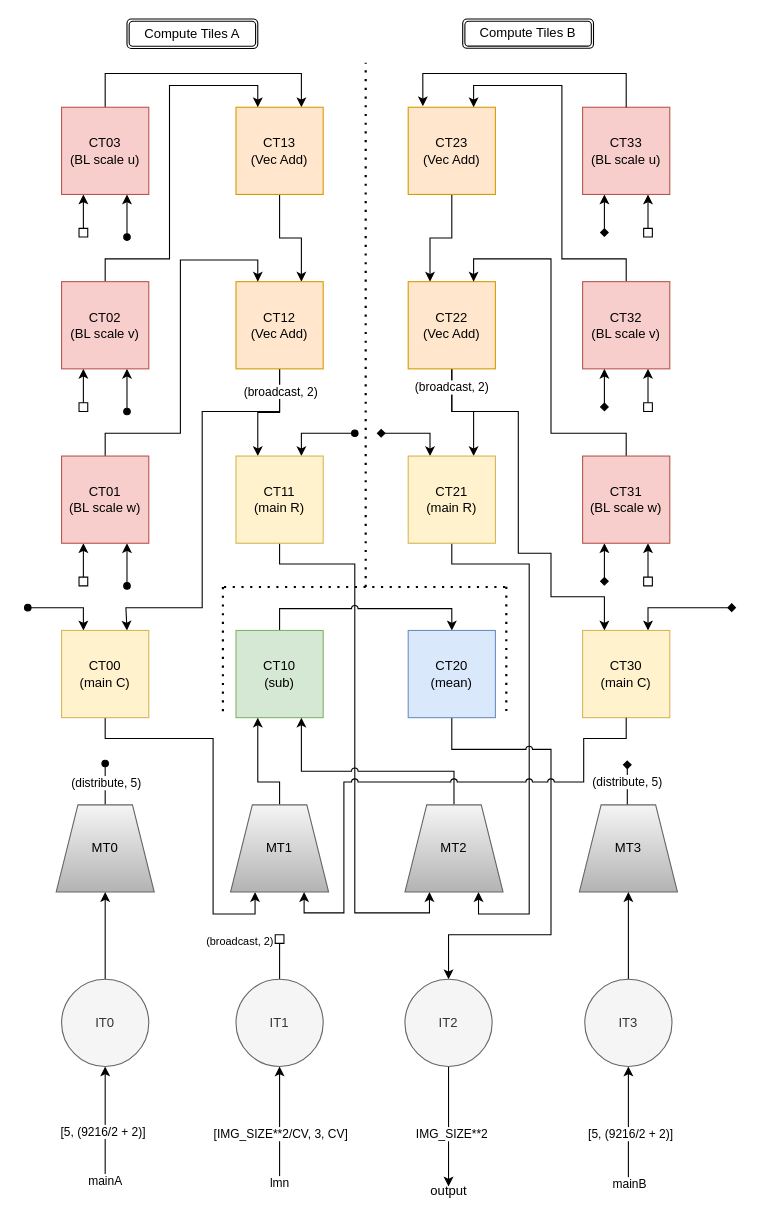
Earlier version of the draw.io diagram apps/loafty_bfloat16/graphs/loafty2.drawio (antonio-fc/lofty_Ryzen_NPU). Source tidied: cells renumbered, new cells numbered last; positions are measured from the earlier drawing's top-left corner, leaving out a move shared by most shapes. Both pictures are drawn from the tidied source at 109%, with x=0, y=0 at pixel (27, 19).
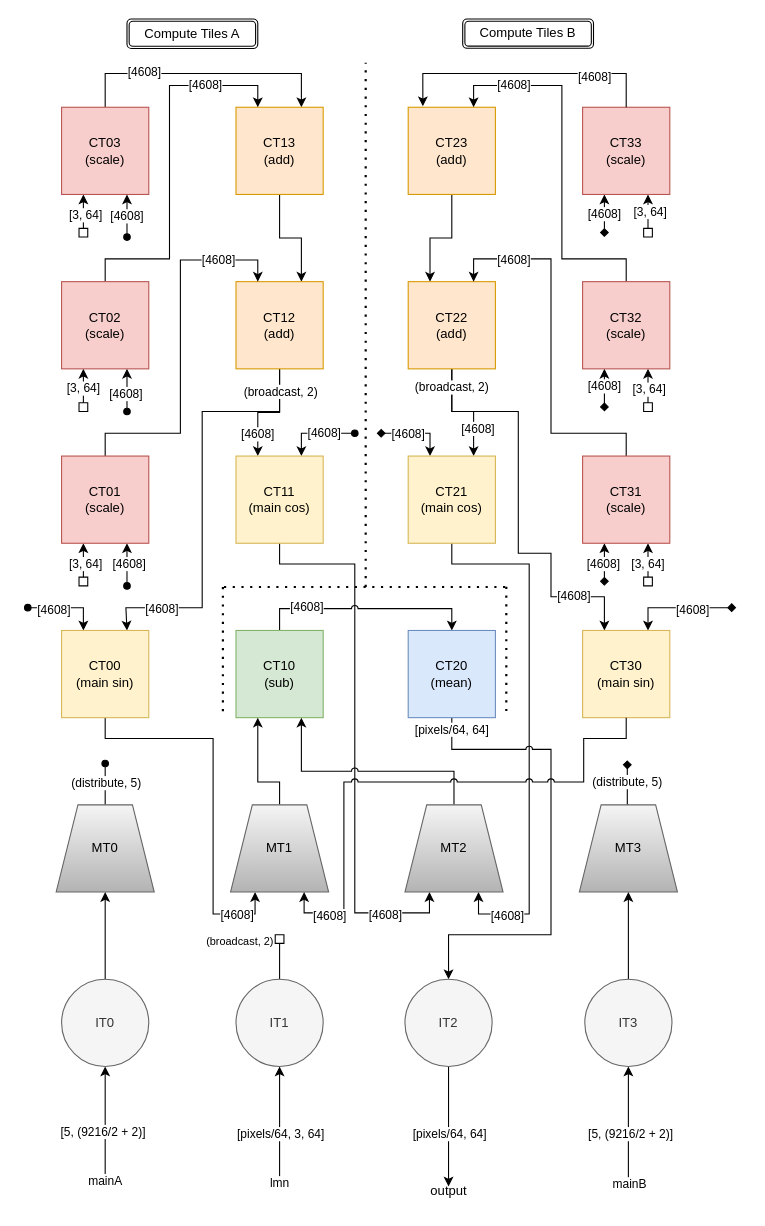
The same diagram, later.

Unchanged cells that the change refers to:
```xml
<mxCell id="2" style="edgeStyle=orthogonalEdgeStyle;rounded=0;jettySize=auto;html=1;exitX=0.5;exitY=0;exitDx=0;exitDy=0;entryX=0.75;entryY=0;entryDx=0;entryDy=0;" parent="1" edge="1" source="4" target="6">
<mxCell id="3" style="edgeStyle=orthogonalEdgeStyle;rounded=0;jettySize=auto;html=1;exitX=0.25;exitY=1;exitDx=0;exitDy=0;startArrow=classic;startFill=1;endArrow=box;endFill=0;" parent="1" edge="1" source="4">
<mxCell id="9" style="edgeStyle=orthogonalEdgeStyle;rounded=0;jettySize=auto;html=1;exitX=0.25;exitY=1;exitDx=0;exitDy=0;startArrow=classic;startFill=1;endArrow=diamond;endFill=1;" parent="1" edge="1" source="11">
<mxCell id="10" style="edgeStyle=orthogonalEdgeStyle;rounded=0;jettySize=auto;html=1;exitX=0.75;exitY=1;exitDx=0;exitDy=0;startArrow=classic;startFill=1;endArrow=box;endFill=0;" parent="1" edge="1" source="11">
<mxCell id="12" style="edgeStyle=orthogonalEdgeStyle;rounded=0;jettySize=auto;html=1;exitX=0.75;exitY=1;exitDx=0;exitDy=0;startArrow=classic;startFill=1;endArrow=oval;endFill=1;" parent="1" edge="1" source="15">
<mxCell id="13" style="edgeStyle=orthogonalEdgeStyle;rounded=0;jettySize=auto;html=1;exitX=0.5;exitY=0;exitDx=0;exitDy=0;entryX=0.25;entryY=0;entryDx=0;entryDy=0;" parent="1" edge="1" source="15" target="6">
<mxCell id="14" style="edgeStyle=orthogonalEdgeStyle;rounded=0;jettySize=auto;html=1;exitX=0.25;exitY=1;exitDx=0;exitDy=0;startArrow=classic;startFill=1;endArrow=box;endFill=0;" parent="1" edge="1" source="15">
<mxCell id="16" style="edgeStyle=orthogonalEdgeStyle;rounded=0;jettySize=auto;html=1;exitX=0.5;exitY=1;exitDx=0;exitDy=0;entryX=0.75;entryY=0;entryDx=0;entryDy=0;" parent="1" edge="1" source="19" target="44">
<mxCell id="17" style="edgeStyle=orthogonalEdgeStyle;rounded=0;jettySize=auto;html=1;exitX=0.5;exitY=1;exitDx=0;exitDy=0;entryX=0.25;entryY=0;entryDx=0;entryDy=0;" parent="1" edge="1" source="19" target="34">
<mxCell id="20" style="edgeStyle=orthogonalEdgeStyle;rounded=0;jettySize=auto;html=1;exitX=0.5;exitY=1;exitDx=0;exitDy=0;entryX=0.75;entryY=0;entryDx=0;entryDy=0;" parent="1" edge="1" source="23" target="37">
<mxCell id="21" style="edgeStyle=orthogonalEdgeStyle;rounded=0;jettySize=auto;html=1;exitX=0.5;exitY=1;exitDx=0;exitDy=0;entryX=0.25;entryY=0;entryDx=0;entryDy=0;" parent="1" edge="1" source="23" target="50">
<mxCell id="24" style="edgeStyle=orthogonalEdgeStyle;rounded=0;jettySize=auto;html=1;exitX=0.25;exitY=1;exitDx=0;exitDy=0;startArrow=classic;startFill=1;endArrow=diamond;endFill=1;" parent="1" edge="1" source="27">
<mxCell id="25" style="edgeStyle=orthogonalEdgeStyle;rounded=0;jettySize=auto;html=1;exitX=0.5;exitY=0;exitDx=0;exitDy=0;entryX=0.75;entryY=0;entryDx=0;entryDy=0;" parent="1" edge="1" source="27" target="8">
<mxCell id="26" style="edgeStyle=orthogonalEdgeStyle;rounded=0;jettySize=auto;html=1;exitX=0.75;exitY=1;exitDx=0;exitDy=0;startArrow=classic;startFill=1;endArrow=box;endFill=0;" parent="1" edge="1" source="27">
<mxCell id="28" style="edgeStyle=orthogonalEdgeStyle;rounded=0;jettySize=auto;html=1;exitX=0.75;exitY=1;exitDx=0;exitDy=0;startArrow=classic;startFill=1;endArrow=oval;endFill=1;" parent="1" edge="1" source="31">
<mxCell id="29" style="edgeStyle=orthogonalEdgeStyle;rounded=0;jettySize=auto;html=1;exitX=0.5;exitY=0;exitDx=0;exitDy=0;entryX=0.25;entryY=0;entryDx=0;entryDy=0;" parent="1" edge="1" source="31" target="19">
<mxCell id="30" style="edgeStyle=orthogonalEdgeStyle;rounded=0;jettySize=auto;html=1;exitX=0.25;exitY=1;exitDx=0;exitDy=0;startArrow=classic;startFill=1;endArrow=box;endFill=0;" parent="1" edge="1" source="31">
<mxCell id="32" style="edgeStyle=orthogonalEdgeStyle;rounded=0;jettySize=auto;html=1;exitX=0.75;exitY=0;exitDx=0;exitDy=0;startArrow=classic;startFill=1;endArrow=oval;endFill=1;" parent="1" edge="1" source="34">
<mxCell id="33" style="edgeStyle=orthogonalEdgeStyle;rounded=0;jettySize=auto;html=1;exitX=0.5;exitY=1;exitDx=0;exitDy=0;entryX=0.25;entryY=1;entryDx=0;entryDy=0;jumpStyle=arc;" parent="1" edge="1" source="34" target="57">
<mxCell id="35" style="edgeStyle=orthogonalEdgeStyle;rounded=0;jettySize=auto;html=1;exitX=0.25;exitY=0;exitDx=0;exitDy=0;startArrow=classic;startFill=1;endArrow=diamond;endFill=1;" parent="1" edge="1" source="37">
<mxCell id="36" style="edgeStyle=orthogonalEdgeStyle;rounded=0;jettySize=auto;html=1;exitX=0.5;exitY=1;exitDx=0;exitDy=0;entryX=0.75;entryY=1;entryDx=0;entryDy=0;jumpStyle=arc;" parent="1" edge="1" source="37" target="57">
<mxCell id="38" style="edgeStyle=orthogonalEdgeStyle;rounded=0;jettySize=auto;html=1;exitX=0.25;exitY=1;exitDx=0;exitDy=0;startArrow=classic;startFill=1;endArrow=diamond;endFill=1;" parent="1" edge="1" source="41">
<mxCell id="39" style="edgeStyle=orthogonalEdgeStyle;rounded=0;jettySize=auto;html=1;exitX=0.5;exitY=0;exitDx=0;exitDy=0;entryX=0.75;entryY=0;entryDx=0;entryDy=0;" parent="1" edge="1" source="41" target="23">
<mxCell id="40" style="edgeStyle=orthogonalEdgeStyle;rounded=0;jettySize=auto;html=1;exitX=0.75;exitY=1;exitDx=0;exitDy=0;startArrow=classic;startFill=1;endArrow=box;endFill=0;" parent="1" edge="1" source="41">
<mxCell id="42" style="edgeStyle=orthogonalEdgeStyle;rounded=0;jettySize=auto;html=1;exitX=0.5;exitY=1;exitDx=0;exitDy=0;entryX=0.25;entryY=1;entryDx=0;entryDy=0;jumpStyle=arc;" parent="1" edge="1" source="44" target="55">
<mxCell id="43" style="edgeStyle=orthogonalEdgeStyle;rounded=0;jettySize=auto;html=1;exitX=0.25;exitY=0;exitDx=0;exitDy=0;startArrow=classic;startFill=1;endArrow=oval;endFill=1;" parent="1" edge="1" source="44">
<mxCell id="45" style="edgeStyle=orthogonalEdgeStyle;rounded=0;jettySize=auto;html=1;exitX=0.5;exitY=0;exitDx=0;exitDy=0;entryX=0.5;entryY=0;entryDx=0;entryDy=0;jumpStyle=arc;" parent="1" edge="1" source="46" target="48">
<mxCell id="47" style="edgeStyle=orthogonalEdgeStyle;rounded=0;jettySize=auto;html=1;exitX=0.5;exitY=1;exitDx=0;exitDy=0;jumpStyle=arc;" parent="1" edge="1" source="48" target="73">
<mxCell id="49" style="edgeStyle=orthogonalEdgeStyle;rounded=0;jettySize=auto;html=1;exitX=0.75;exitY=0;exitDx=0;exitDy=0;startArrow=classic;startFill=1;endArrow=diamond;endFill=1;" parent="1" edge="1" source="50">
<mxCell id="66" style="edgeStyle=orthogonalEdgeStyle;rounded=0;jettySize=auto;html=1;exitX=0.5;exitY=1;exitDx=0;exitDy=0;endArrow=none;endFill=0;startArrow=classic;startFill=1;" parent="1" edge="1" source="70">
<mxCell id="71" style="edgeStyle=orthogonalEdgeStyle;rounded=0;jettySize=auto;html=1;exitX=0.5;exitY=1;exitDx=0;exitDy=0;" parent="1" edge="1" source="73">
<mxCell id="86" style="edgeStyle=orthogonalEdgeStyle;rounded=0;jettySize=auto;html=1;exitX=0.75;exitY=1;exitDx=0;exitDy=0;startArrow=classic;startFill=1;endArrow=oval;endFill=1;" parent="1" edge="1" source="4">
<mxCell id="88" style="edgeStyle=orthogonalEdgeStyle;rounded=0;jettySize=auto;html=1;exitX=0.5;exitY=0;exitDx=0;exitDy=0;entryX=0.168;entryY=-0.011;entryDx=0;entryDy=0;entryPerimeter=0;" parent="1" edge="1" source="11" target="8">
<mxCell id="89" style="edgeStyle=orthogonalEdgeStyle;rounded=0;jettySize=auto;html=1;exitX=0.5;exitY=1;exitDx=0;exitDy=0;entryX=0.75;entryY=1;entryDx=0;entryDy=0;jumpStyle=arc;" parent="1" edge="1" source="50" target="55">
```

The edit, as a diff of the source:
```diff
@@
+    <mxCell id="90" value="[4608]" style="edgeLabel;html=1;align=center;verticalAlign=middle;" parent="2" vertex="1">
+      <mxGeometry x="-0.45" y="2" relative="1" as="geometry" />
+    </mxCell>
@@
+    <mxCell id="91" value="[3, 64]" style="edgeLabel;html=1;align=center;verticalAlign=middle;" parent="3" vertex="1">
+      <mxGeometry x="-0.08" y="1" relative="1" as="geometry">
+        <mxPoint y="1" as="offset" />
+      </mxGeometry>
+    </mxCell>
-    <mxCell id="4" value="CT03&lt;div&gt;(BL scale u)&lt;/div&gt;" style="rounded=0;whiteSpace=wrap;html=1;fillColor=#f8cecc;strokeColor=#b85450;" parent="1" vertex="1">
+    <mxCell id="4" value="CT03&lt;div&gt;(scale)&lt;/div&gt;" style="rounded=0;whiteSpace=wrap;html=1;fillColor=#f8cecc;strokeColor=#b85450;" parent="1" vertex="1">
       <mxGeometry x="31" y="80.9" width="80" height="80" as="geometry" />
     </mxCell>
@@
-    <mxCell id="6" value="CT13&lt;div&gt;(Vec Add)&lt;/div&gt;" style="rounded=0;whiteSpace=wrap;html=1;fillColor=#ffe6cc;strokeColor=#d79b00;" parent="1" vertex="1">
+    <mxCell id="6" value="CT13&lt;div&gt;(add)&lt;/div&gt;" style="rounded=0;whiteSpace=wrap;html=1;fillColor=#ffe6cc;strokeColor=#d79b00;" parent="1" vertex="1">
       <mxGeometry x="191" y="80.9" width="80" height="80" as="geometry" />
     </mxCell>
@@
-    <mxCell id="8" value="CT23&lt;div&gt;(&lt;span style=&quot;background-color: initial;&quot;&gt;Vec Add&lt;/span&gt;&lt;span style=&quot;background-color: initial;&quot;&gt;)&lt;/span&gt;&lt;/div&gt;" style="rounded=0;whiteSpace=wrap;html=1;fillColor=#ffe6cc;strokeColor=#d79b00;" parent="1" vertex="1">
+    <mxCell id="8" value="CT23&lt;div&gt;(add&lt;span style=&quot;background-color: initial;&quot;&gt;)&lt;/span&gt;&lt;/div&gt;" style="rounded=0;whiteSpace=wrap;html=1;fillColor=#ffe6cc;strokeColor=#d79b00;" parent="1" vertex="1">
       <mxGeometry x="349" y="80.9" width="80" height="80" as="geometry" />
     </mxCell>
@@
+    <mxCell id="92" value="[4608]" style="edgeLabel;html=1;align=center;verticalAlign=middle;" parent="9" vertex="1">
+      <mxGeometry x="-0.21" y="-1" relative="1" as="geometry">
+        <mxPoint y="3" as="offset" />
+      </mxGeometry>
+    </mxCell>
@@
+    <mxCell id="93" value="[3, 64]" style="edgeLabel;html=1;align=center;verticalAlign=middle;" parent="10" vertex="1">
+      <mxGeometry x="-0.16" y="1" relative="1" as="geometry" />
+    </mxCell>
-    <mxCell id="11" value="CT33&lt;div&gt;(&lt;span style=&quot;background-color: initial;&quot;&gt;BL scale u&lt;/span&gt;&lt;span style=&quot;background-color: initial;&quot;&gt;)&lt;/span&gt;&lt;/div&gt;" style="rounded=0;whiteSpace=wrap;html=1;fillColor=#f8cecc;strokeColor=#b85450;" parent="1" vertex="1">
+    <mxCell id="11" value="CT33&lt;div&gt;(scale&lt;span style=&quot;background-color: initial;&quot;&gt;)&lt;/span&gt;&lt;/div&gt;" style="rounded=0;whiteSpace=wrap;html=1;fillColor=#f8cecc;strokeColor=#b85450;" parent="1" vertex="1">
       <mxGeometry x="509" y="80.9" width="80" height="80" as="geometry" />
     </mxCell>
@@
+    <mxCell id="94" value="[4608]" style="edgeLabel;html=1;align=center;verticalAlign=middle;" parent="12" vertex="1">
+      <mxGeometry x="0.16" y="-2" relative="1" as="geometry" />
+    </mxCell>
@@
+    <mxCell id="95" value="[4608]" style="edgeLabel;html=1;align=center;verticalAlign=middle;" parent="13" vertex="1">
+      <mxGeometry x="0.59" y="1" relative="1" as="geometry">
+        <mxPoint x="1" as="offset" />
+      </mxGeometry>
+    </mxCell>
@@
+    <mxCell id="96" value="[3, 64]" style="edgeLabel;html=1;align=center;verticalAlign=middle;" parent="14" vertex="1">
+      <mxGeometry x="-0.06" y="-1" relative="1" as="geometry" />
+    </mxCell>
-    <mxCell id="15" value="CT02&lt;div&gt;(&lt;span style=&quot;background-color: initial;&quot;&gt;BL scale v&lt;/span&gt;&lt;span style=&quot;background-color: initial;&quot;&gt;)&lt;/span&gt;&lt;/div&gt;" style="rounded=0;whiteSpace=wrap;html=1;fillColor=#f8cecc;strokeColor=#b85450;" parent="1" vertex="1">
+    <mxCell id="15" value="CT02&lt;div&gt;(scale&lt;span style=&quot;background-color: initial;&quot;&gt;)&lt;/span&gt;&lt;/div&gt;" style="rounded=0;whiteSpace=wrap;html=1;fillColor=#f8cecc;strokeColor=#b85450;" parent="1" vertex="1">
       <mxGeometry x="31" y="240.9" width="80" height="80" as="geometry" />
     </mxCell>
@@
+    <mxCell id="97" value="[4608]" style="edgeLabel;html=1;align=center;verticalAlign=middle;" parent="16" vertex="1">
+      <mxGeometry x="0.72" relative="1" as="geometry" />
+    </mxCell>
@@
+    <mxCell id="98" value="[4608]" style="edgeLabel;html=1;align=center;verticalAlign=middle;" parent="17" vertex="1">
+      <mxGeometry x="0.58" y="-1" relative="1" as="geometry">
+        <mxPoint y="1" as="offset" />
+      </mxGeometry>
+    </mxCell>
-    <mxCell id="19" value="CT12&lt;div&gt;(&lt;span style=&quot;background-color: initial;&quot;&gt;Vec Add&lt;/span&gt;&lt;span style=&quot;background-color: initial;&quot;&gt;)&lt;/span&gt;&lt;/div&gt;" style="rounded=0;whiteSpace=wrap;html=1;fillColor=#ffe6cc;strokeColor=#d79b00;" parent="1" vertex="1">
+    <mxCell id="19" value="CT12&lt;div&gt;(add&lt;span style=&quot;background-color: initial;&quot;&gt;)&lt;/span&gt;&lt;/div&gt;" style="rounded=0;whiteSpace=wrap;html=1;fillColor=#ffe6cc;strokeColor=#d79b00;" parent="1" vertex="1">
       <mxGeometry x="191" y="240.9" width="80" height="80" as="geometry" />
     </mxCell>
@@
+    <mxCell id="99" value="[4608]" style="edgeLabel;html=1;align=center;verticalAlign=middle;" parent="20" vertex="1">
+      <mxGeometry x="0.48" y="3" relative="1" as="geometry">
+        <mxPoint y="1" as="offset" />
+      </mxGeometry>
+    </mxCell>
@@
+    <mxCell id="100" value="[4608]" style="edgeLabel;html=1;align=center;verticalAlign=middle;" parent="21" vertex="1">
+      <mxGeometry x="0.69" y="2" relative="1" as="geometry" />
+    </mxCell>
-    <mxCell id="23" value="CT22&lt;div&gt;(&lt;span style=&quot;background-color: initial;&quot;&gt;Vec Add&lt;/span&gt;&lt;span style=&quot;background-color: initial;&quot;&gt;)&lt;/span&gt;&lt;/div&gt;" style="rounded=0;whiteSpace=wrap;html=1;fillColor=#ffe6cc;strokeColor=#d79b00;" parent="1" vertex="1">
+    <mxCell id="23" value="CT22&lt;div&gt;(add&lt;span style=&quot;background-color: initial;&quot;&gt;)&lt;/span&gt;&lt;/div&gt;" style="rounded=0;whiteSpace=wrap;html=1;fillColor=#ffe6cc;strokeColor=#d79b00;" parent="1" vertex="1">
       <mxGeometry x="349" y="240.9" width="80" height="80" as="geometry" />
     </mxCell>
@@
+    <mxCell id="101" value="[4608]" style="edgeLabel;html=1;align=center;verticalAlign=middle;" parent="24" vertex="1">
+      <mxGeometry x="-0.18" y="-1" relative="1" as="geometry" />
+    </mxCell>
@@
+    <mxCell id="102" value="[4608]" style="edgeLabel;html=1;align=center;verticalAlign=middle;" parent="25" vertex="1">
+      <mxGeometry x="0.66" y="-1" relative="1" as="geometry">
+        <mxPoint x="-1" as="offset" />
+      </mxGeometry>
+    </mxCell>
@@
+    <mxCell id="103" value="[3, 64]" style="edgeLabel;html=1;align=center;verticalAlign=middle;" parent="26" vertex="1">
+      <mxGeometry x="-0.04" relative="1" as="geometry" />
+    </mxCell>
-    <mxCell id="27" value="CT32&lt;div&gt;(&lt;span style=&quot;background-color: initial;&quot;&gt;BL scale v&lt;/span&gt;&lt;span style=&quot;background-color: initial;&quot;&gt;)&lt;/span&gt;&lt;/div&gt;" style="rounded=0;whiteSpace=wrap;html=1;fillColor=#f8cecc;strokeColor=#b85450;" parent="1" vertex="1">
+    <mxCell id="27" value="CT32&lt;div&gt;(scale&lt;span style=&quot;background-color: initial;&quot;&gt;)&lt;/span&gt;&lt;/div&gt;" style="rounded=0;whiteSpace=wrap;html=1;fillColor=#f8cecc;strokeColor=#b85450;" parent="1" vertex="1">
       <mxGeometry x="509" y="240.9" width="80" height="80" as="geometry" />
     </mxCell>
@@
+    <mxCell id="104" value="[4608]" style="edgeLabel;html=1;align=center;verticalAlign=middle;" parent="28" vertex="1">
+      <mxGeometry x="-0.01" y="1" relative="1" as="geometry" />
+    </mxCell>
@@
+    <mxCell id="105" value="[4608]" style="edgeLabel;html=1;align=center;verticalAlign=middle;" parent="29" vertex="1">
+      <mxGeometry x="0.66" y="1" relative="1" as="geometry">
+        <mxPoint x="1" as="offset" />
+      </mxGeometry>
+    </mxCell>
@@
+    <mxCell id="106" value="[3, 64]" style="edgeLabel;html=1;align=center;verticalAlign=middle;" parent="30" vertex="1">
+      <mxGeometry x="-0.04" y="1" relative="1" as="geometry" />
+    </mxCell>
-    <mxCell id="31" value="CT01&lt;br&gt;(BL scale w)" style="rounded=0;whiteSpace=wrap;html=1;fillColor=#f8cecc;strokeColor=#b85450;" parent="1" vertex="1">
+    <mxCell id="31" value="CT01&lt;br&gt;(scale)" style="rounded=0;whiteSpace=wrap;html=1;fillColor=#f8cecc;strokeColor=#b85450;" parent="1" vertex="1">
       <mxGeometry x="31" y="400.9" width="80" height="80" as="geometry" />
     </mxCell>
@@
+    <mxCell id="107" value="[4608]" style="edgeLabel;html=1;align=center;verticalAlign=middle;" parent="32" vertex="1">
+      <mxGeometry x="0.17" y="1" relative="1" as="geometry" />
+    </mxCell>
@@
+    <mxCell id="108" value="[4608]" style="edgeLabel;html=1;align=center;verticalAlign=middle;" parent="33" vertex="1">
+      <mxGeometry x="0.76" y="-1" relative="1" as="geometry" />
+    </mxCell>
-    <mxCell id="34" value="CT11&lt;div&gt;(main R)&lt;br&gt;&lt;/div&gt;" style="rounded=0;whiteSpace=wrap;html=1;fillColor=#fff2cc;strokeColor=#d6b656;" parent="1" vertex="1">
+    <mxCell id="34" value="CT11&lt;div&gt;(main cos)&lt;br&gt;&lt;/div&gt;" style="rounded=0;whiteSpace=wrap;html=1;fillColor=#fff2cc;strokeColor=#d6b656;" parent="1" vertex="1">
       <mxGeometry x="191" y="400.9" width="80" height="80" as="geometry" />
     </mxCell>
@@
+    <mxCell id="109" value="[4608]" style="edgeLabel;html=1;align=center;verticalAlign=middle;" parent="35" vertex="1">
+      <mxGeometry x="0.32" y="2" relative="1" as="geometry">
+        <mxPoint x="5" y="-2" as="offset" />
+      </mxGeometry>
+    </mxCell>
@@
+    <mxCell id="110" value="[4608]" style="edgeLabel;html=1;align=center;verticalAlign=middle;" parent="36" vertex="1">
+      <mxGeometry x="0.81" y="1" relative="1" as="geometry" />
+    </mxCell>
-    <mxCell id="37" value="CT21&lt;div&gt;(main R)&lt;br&gt;&lt;/div&gt;" style="rounded=0;whiteSpace=wrap;html=1;fillColor=#fff2cc;strokeColor=#d6b656;" parent="1" vertex="1">
+    <mxCell id="37" value="CT21&lt;div&gt;(main cos)&lt;br&gt;&lt;/div&gt;" style="rounded=0;whiteSpace=wrap;html=1;fillColor=#fff2cc;strokeColor=#d6b656;" parent="1" vertex="1">
       <mxGeometry x="349" y="400.9" width="80" height="80" as="geometry" />
     </mxCell>
@@
+    <mxCell id="111" value="[4608]" style="edgeLabel;html=1;align=center;verticalAlign=middle;" parent="38" vertex="1">
+      <mxGeometry x="-0.04" y="-2" relative="1" as="geometry" />
+    </mxCell>
@@
+    <mxCell id="112" value="[4608]" style="edgeLabel;html=1;align=center;verticalAlign=middle;" parent="39" vertex="1">
+      <mxGeometry x="0.66" relative="1" as="geometry" />
+    </mxCell>
@@
+    <mxCell id="113" value="[3, 64]" style="edgeLabel;html=1;align=center;verticalAlign=middle;" parent="40" vertex="1">
+      <mxGeometry x="-0.05" y="-1" relative="1" as="geometry" />
+    </mxCell>
-    <mxCell id="41" value="CT31&lt;div&gt;(&lt;span style=&quot;background-color: initial;&quot;&gt;BL scale w&lt;/span&gt;&lt;span style=&quot;background-color: initial;&quot;&gt;)&lt;/span&gt;&lt;/div&gt;" style="rounded=0;whiteSpace=wrap;html=1;fillColor=#f8cecc;strokeColor=#b85450;" parent="1" vertex="1">
+    <mxCell id="41" value="CT31&lt;div&gt;(scale&lt;span style=&quot;background-color: initial;&quot;&gt;)&lt;/span&gt;&lt;/div&gt;" style="rounded=0;whiteSpace=wrap;html=1;fillColor=#f8cecc;strokeColor=#b85450;" parent="1" vertex="1">
       <mxGeometry x="509" y="400.9" width="80" height="80" as="geometry" />
     </mxCell>
@@
+    <mxCell id="114" value="[4608]" style="edgeLabel;html=1;align=center;verticalAlign=middle;" parent="42" vertex="1">
+      <mxGeometry x="0.78" relative="1" as="geometry" />
+    </mxCell>
@@
+    <mxCell id="115" value="[4608]" style="edgeLabel;html=1;align=center;verticalAlign=middle;" parent="43" vertex="1">
+      <mxGeometry x="0.33" y="1" relative="1" as="geometry" />
+    </mxCell>
-    <mxCell id="44" value="CT00&lt;div&gt;(main C)&lt;/div&gt;" style="rounded=0;whiteSpace=wrap;html=1;fillColor=#fff2cc;strokeColor=#d6b656;" parent="1" vertex="1">
+    <mxCell id="44" value="CT00&lt;div&gt;(main sin)&lt;/div&gt;" style="rounded=0;whiteSpace=wrap;html=1;fillColor=#fff2cc;strokeColor=#d6b656;" parent="1" vertex="1">
       <mxGeometry x="31" y="560.9" width="80" height="80" as="geometry" />
     </mxCell>
@@
+    <mxCell id="116" value="[4608]" style="edgeLabel;html=1;align=center;verticalAlign=middle;" parent="45" vertex="1">
+      <mxGeometry x="-0.56" y="1" relative="1" as="geometry" />
+    </mxCell>
@@
+    <mxCell id="117" value="[pixels/64, 64]" style="edgeLabel;html=1;align=center;verticalAlign=middle;" parent="47" vertex="1">
+      <mxGeometry x="-0.95" y="-1" relative="1" as="geometry" />
+    </mxCell>
@@
+    <mxCell id="118" value="[4608]" style="edgeLabel;html=1;align=center;verticalAlign=middle;" parent="49" vertex="1">
+      <mxGeometry x="0.2" y="-1" relative="1" as="geometry" />
+    </mxCell>
-    <mxCell id="50" value="CT30&lt;div&gt;(main C)&lt;/div&gt;" style="rounded=0;whiteSpace=wrap;html=1;fillColor=#fff2cc;strokeColor=#d6b656;" parent="1" vertex="1">
+    <mxCell id="50" value="CT30&lt;div&gt;(main sin)&lt;/div&gt;" style="rounded=0;whiteSpace=wrap;html=1;fillColor=#fff2cc;strokeColor=#d6b656;" parent="1" vertex="1">
       <mxGeometry x="509" y="560.9" width="80" height="80" as="geometry" />
     </mxCell>
@@
-    <mxCell id="68" value="[IMG_SIZE**2/CV, 3, CV]" style="edgeLabel;html=1;align=center;verticalAlign=middle;" parent="66" vertex="1">
+    <mxCell id="68" value="[pixels/64, 3, 64]" style="edgeLabel;html=1;align=center;verticalAlign=middle;" parent="66" vertex="1">
       <mxGeometry x="0.13" relative="1" as="geometry" />
     </mxCell>
@@
-    <mxCell id="72" value="IMG_SIZE**2" style="edgeLabel;html=1;align=center;verticalAlign=middle;" parent="71" vertex="1">
-      <mxGeometry x="0.13" y="2" relative="1" as="geometry" />
+    <mxCell id="72" value="[pixels/64, 64]" style="edgeLabel;html=1;align=center;verticalAlign=middle;" parent="71" vertex="1">
+      <mxGeometry x="0.13" y="2" relative="1" as="geometry">
+        <mxPoint x="-2" as="offset" />
+      </mxGeometry>
     </mxCell>
@@
+    <mxCell id="119" value="[4608]" style="edgeLabel;html=1;align=center;verticalAlign=middle;" parent="86" vertex="1">
+      <mxGeometry x="0.04" y="-1" relative="1" as="geometry" />
+    </mxCell>
@@
+    <mxCell id="120" value="[4608]" style="edgeLabel;html=1;align=center;verticalAlign=middle;" parent="88" vertex="1">
+      <mxGeometry x="0.06" y="2" relative="1" as="geometry">
+        <mxPoint x="71" as="offset" />
+      </mxGeometry>
+    </mxCell>
@@
+    <mxCell id="121" value="[4608]" style="edgeLabel;html=1;align=center;verticalAlign=middle;" parent="89" vertex="1">
+      <mxGeometry x="0.83" y="2" relative="1" as="geometry" />
+    </mxCell>
```
